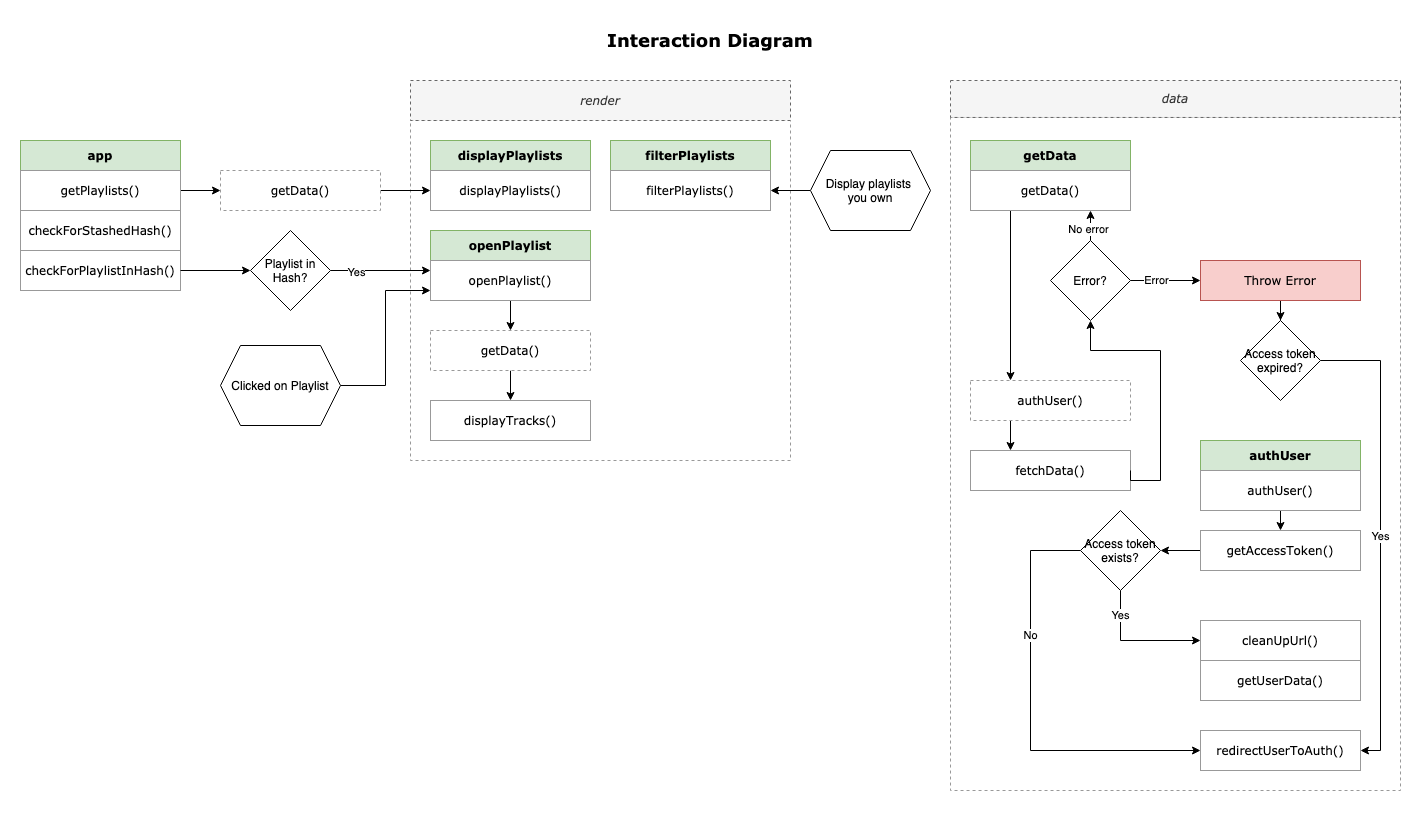
Earlier version of the draw.io export docs/interactiondiagram.png (SjorsWijsman/web-app-from-scratch-2021). Source tidied: cells renumbered, new cells last; positions are measured from the earlier drawing's top-left corner, leaving out a move shared by most shapes. Its diagram source:
```xml
<mxGraphModel>
  <root>
    <mxCell id="0" />
    <mxCell id="1" parent="0" />
    <mxCell id="2" style="rounded=0;whiteSpace=wrap;html=1;strokeColor=none;" parent="1" vertex="1">
      <mxGeometry width="1420" height="810" as="geometry" />
    </mxCell>
    <mxCell id="3" value="Interaction Diagram" style="text;html=1;strokeColor=none;fillColor=none;align=center;verticalAlign=middle;whiteSpace=wrap;rounded=0;fontSize=18;fontFamily=Verdana;fontStyle=1;" parent="1" vertex="1">
      <mxGeometry x="600" y="30" width="220" height="20" as="geometry" />
    </mxCell>
    <mxCell id="4" style="rounded=0;whiteSpace=wrap;html=1;fontFamily=Verdana;dashed=1;strokeColor=#999999;" parent="1" vertex="1">
      <mxGeometry x="410" y="120" width="380" height="340" as="geometry" />
    </mxCell>
    <mxCell id="5" style="group;" parent="1" vertex="1">
      <mxGeometry x="950" y="70" width="450" height="760" as="geometry" />
    </mxCell>
    <mxCell id="6" style="rounded=0;whiteSpace=wrap;html=1;fontFamily=Verdana;dashed=1;strokeColor=#999999;" parent="5" vertex="1">
      <mxGeometry y="47" width="450" height="673" as="geometry" />
    </mxCell>
    <mxCell id="7" value="data" style="rounded=0;whiteSpace=wrap;html=1;fontFamily=Verdana;dashed=1;fillColor=#f5f5f5;fontColor=#333333;strokeColor=#666666;fontStyle=2;" parent="5" vertex="1">
      <mxGeometry y="10" width="450" height="37" as="geometry" />
    </mxCell>
    <mxCell id="8" style="edgeStyle=orthogonalEdgeStyle;rounded=0;jettySize=auto;html=1;exitX=0;exitY=0.5;exitDx=0;exitDy=0;entryX=1;entryY=0.5;entryDx=0;entryDy=0;" parent="5" edge="1" source="9" target="17">
      <mxGeometry relative="1" as="geometry" />
    </mxCell>
    <mxCell id="9" value="getAccessToken()" style="rounded=0;whiteSpace=wrap;html=1;fontFamily=Verdana;fontStyle=0;strokeColor=#999999;" parent="5" vertex="1">
      <mxGeometry x="250" y="460" width="160" height="40" as="geometry" />
    </mxCell>
    <mxCell id="10" value="cleanUpUrl()" style="rounded=0;whiteSpace=wrap;html=1;fontFamily=Verdana;fontStyle=0;strokeColor=#999999;" parent="5" vertex="1">
      <mxGeometry x="250" y="550" width="160" height="40" as="geometry" />
    </mxCell>
    <mxCell id="11" value="redirectUserToAuth()" style="rounded=0;whiteSpace=wrap;html=1;fontFamily=Verdana;fontStyle=0;strokeColor=#999999;" parent="5" vertex="1">
      <mxGeometry x="250" y="660" width="160" height="40" as="geometry" />
    </mxCell>
    <mxCell id="12" value="getUserData()" style="rounded=0;whiteSpace=wrap;html=1;fontFamily=Verdana;fontStyle=0;strokeColor=#999999;" parent="5" vertex="1">
      <mxGeometry x="250" y="590" width="160" height="40" as="geometry" />
    </mxCell>
    <mxCell id="13" style="edgeStyle=orthogonalEdgeStyle;rounded=0;jettySize=auto;html=1;exitX=0.5;exitY=1;exitDx=0;exitDy=0;entryX=0;entryY=0.5;entryDx=0;entryDy=0;" parent="5" edge="1" source="17" target="10">
      <mxGeometry relative="1" as="geometry" />
    </mxCell>
    <mxCell id="14" value="Yes" style="edgeLabel;html=1;align=center;verticalAlign=middle;" parent="13" vertex="1">
      <mxGeometry x="-0.63" y="-1" relative="1" as="geometry" />
    </mxCell>
    <mxCell id="15" style="edgeStyle=orthogonalEdgeStyle;rounded=0;jettySize=auto;html=1;entryX=0;entryY=0.5;entryDx=0;entryDy=0;" parent="5" edge="1" source="17" target="11">
      <mxGeometry relative="1" as="geometry">
        <Array as="points">
          <mxPoint x="80" y="480" />
          <mxPoint x="80" y="680" />
        </Array>
      </mxGeometry>
    </mxCell>
    <mxCell id="16" value="No" style="edgeLabel;html=1;align=center;verticalAlign=middle;" parent="15" vertex="1">
      <mxGeometry x="-0.36" y="-1" relative="1" as="geometry" />
    </mxCell>
    <mxCell id="17" value="Access token&lt;br&gt;exists?" style="rhombus;whiteSpace=wrap;html=1;" parent="5" vertex="1">
      <mxGeometry x="130" y="440" width="80" height="80" as="geometry" />
    </mxCell>
    <mxCell id="18" style="edgeStyle=orthogonalEdgeStyle;rounded=0;jettySize=auto;html=1;exitX=0.25;exitY=1;exitDx=0;exitDy=0;entryX=0.25;entryY=0;entryDx=0;entryDy=0;" parent="5" edge="1" source="19" target="20">
      <mxGeometry relative="1" as="geometry" />
    </mxCell>
    <mxCell id="19" value="authUser()" style="rounded=0;whiteSpace=wrap;html=1;fontFamily=Verdana;fontStyle=0;strokeColor=#999999;dashed=1;" parent="5" vertex="1">
      <mxGeometry x="20" y="310" width="160" height="40" as="geometry" />
    </mxCell>
    <mxCell id="20" value="fetchData()" style="rounded=0;whiteSpace=wrap;html=1;fontFamily=Verdana;fontStyle=0;strokeColor=#999999;" parent="5" vertex="1">
      <mxGeometry x="20" y="380" width="160" height="40" as="geometry" />
    </mxCell>
    <mxCell id="21" value="app" style="rounded=0;whiteSpace=wrap;html=1;fillColor=#d5e8d4;strokeColor=#82b366;fontFamily=Verdana;fontStyle=1;" parent="1" vertex="1">
      <mxGeometry x="20" y="140" width="160" height="30" as="geometry" />
    </mxCell>
    <mxCell id="22" style="edgeStyle=orthogonalEdgeStyle;rounded=0;jettySize=auto;html=1;exitX=1;exitY=0.5;exitDx=0;exitDy=0;entryX=0;entryY=0.5;entryDx=0;entryDy=0;" parent="1" edge="1" source="23" target="54">
      <mxGeometry relative="1" as="geometry" />
    </mxCell>
    <mxCell id="23" value="getPlaylists()" style="rounded=0;whiteSpace=wrap;html=1;fontFamily=Verdana;fontStyle=0;strokeColor=#999999;" parent="1" vertex="1">
      <mxGeometry x="20" y="170" width="160" height="40" as="geometry" />
    </mxCell>
    <mxCell id="24" value="checkForStashedHash()" style="rounded=0;whiteSpace=wrap;html=1;fontFamily=Verdana;fontStyle=0;strokeColor=#999999;" parent="1" vertex="1">
      <mxGeometry x="20" y="210" width="160" height="40" as="geometry" />
    </mxCell>
    <mxCell id="25" style="edgeStyle=orthogonalEdgeStyle;rounded=0;jettySize=auto;html=1;entryX=0;entryY=0.25;entryDx=0;entryDy=0;" parent="1" edge="1" source="55" target="50">
      <mxGeometry relative="1" as="geometry" />
    </mxCell>
    <mxCell id="26" value="Yes" style="edgeLabel;html=1;align=center;verticalAlign=middle;" parent="25" vertex="1">
      <mxGeometry x="-0.49" y="-1" relative="1" as="geometry" />
    </mxCell>
    <mxCell id="27" value="checkForPlaylistInHash()" style="rounded=0;whiteSpace=wrap;html=1;fontFamily=Verdana;fontStyle=0;strokeColor=#999999;" parent="1" vertex="1">
      <mxGeometry x="20" y="250" width="160" height="40" as="geometry" />
    </mxCell>
    <mxCell id="28" value="getData" style="rounded=0;whiteSpace=wrap;html=1;fillColor=#d5e8d4;strokeColor=#82b366;fontFamily=Verdana;fontStyle=1;" parent="1" vertex="1">
      <mxGeometry x="970" y="140" width="160" height="30" as="geometry" />
    </mxCell>
    <mxCell id="29" style="edgeStyle=orthogonalEdgeStyle;rounded=0;jettySize=auto;html=1;exitX=0.25;exitY=1;exitDx=0;exitDy=0;" parent="1" edge="1" source="30">
      <mxGeometry relative="1" as="geometry">
        <mxPoint x="1010" y="380" as="targetPoint" />
      </mxGeometry>
    </mxCell>
    <mxCell id="30" value="getData()" style="rounded=0;whiteSpace=wrap;html=1;fontFamily=Verdana;fontStyle=0;strokeColor=#999999;" parent="1" vertex="1">
      <mxGeometry x="970" y="170" width="160" height="40" as="geometry" />
    </mxCell>
    <mxCell id="31" style="edgeStyle=orthogonalEdgeStyle;rounded=0;jettySize=auto;html=1;exitX=1;exitY=0.5;exitDx=0;exitDy=0;entryX=0.5;entryY=1;entryDx=0;entryDy=0;" parent="1" edge="1" source="20" target="36">
      <mxGeometry relative="1" as="geometry">
        <Array as="points">
          <mxPoint x="1160" y="480" />
          <mxPoint x="1160" y="350" />
          <mxPoint x="1090" y="350" />
        </Array>
      </mxGeometry>
    </mxCell>
    <mxCell id="32" style="edgeStyle=orthogonalEdgeStyle;rounded=0;jettySize=auto;html=1;entryX=0.75;entryY=1;entryDx=0;entryDy=0;" parent="1" edge="1" source="36" target="30">
      <mxGeometry relative="1" as="geometry" />
    </mxCell>
    <mxCell id="33" value="No error" style="edgeLabel;html=1;align=center;verticalAlign=middle;" parent="32" vertex="1">
      <mxGeometry x="0.28" y="3" relative="1" as="geometry" />
    </mxCell>
    <mxCell id="34" style="edgeStyle=orthogonalEdgeStyle;rounded=0;jettySize=auto;html=1;" parent="1" edge="1" source="36">
      <mxGeometry relative="1" as="geometry">
        <mxPoint x="1200" y="280" as="targetPoint" />
      </mxGeometry>
    </mxCell>
    <mxCell id="35" value="Error" style="edgeLabel;html=1;align=center;verticalAlign=middle;" parent="34" vertex="1">
      <mxGeometry x="-0.26" y="1" relative="1" as="geometry" />
    </mxCell>
    <mxCell id="36" value="Error?" style="rhombus;whiteSpace=wrap;html=1;" parent="1" vertex="1">
      <mxGeometry x="1050" y="240" width="80" height="80" as="geometry" />
    </mxCell>
    <mxCell id="37" style="edgeStyle=orthogonalEdgeStyle;rounded=0;jettySize=auto;html=1;entryX=0.5;entryY=0;entryDx=0;entryDy=0;" parent="1" edge="1" source="38" target="40">
      <mxGeometry relative="1" as="geometry" />
    </mxCell>
    <mxCell id="38" value="Throw Error" style="rounded=0;whiteSpace=wrap;html=1;fontFamily=Verdana;fontStyle=0;strokeColor=#b85450;fillColor=#f8cecc;" parent="1" vertex="1">
      <mxGeometry x="1200" y="260" width="160" height="40" as="geometry" />
    </mxCell>
    <mxCell id="39" value="Yes" style="edgeStyle=orthogonalEdgeStyle;rounded=0;jettySize=auto;html=1;entryX=1;entryY=0.5;entryDx=0;entryDy=0;" parent="1" edge="1" source="40" target="11">
      <mxGeometry relative="1" as="geometry">
        <Array as="points">
          <mxPoint x="1380" y="360" />
          <mxPoint x="1380" y="750" />
        </Array>
      </mxGeometry>
    </mxCell>
    <mxCell id="40" value="Access token&lt;br&gt;expired?" style="rhombus;whiteSpace=wrap;html=1;" parent="1" vertex="1">
      <mxGeometry x="1240" y="320" width="80" height="80" as="geometry" />
    </mxCell>
    <mxCell id="41" value="authUser" style="rounded=0;whiteSpace=wrap;html=1;fillColor=#d5e8d4;strokeColor=#82b366;fontFamily=Verdana;fontStyle=1;" parent="1" vertex="1">
      <mxGeometry x="1200" y="440" width="160" height="30" as="geometry" />
    </mxCell>
    <mxCell id="42" style="edgeStyle=orthogonalEdgeStyle;rounded=0;jettySize=auto;html=1;exitX=0.5;exitY=1;exitDx=0;exitDy=0;" parent="1" edge="1" source="43">
      <mxGeometry relative="1" as="geometry">
        <mxPoint x="1280" y="530" as="targetPoint" />
      </mxGeometry>
    </mxCell>
    <mxCell id="43" value="authUser()" style="rounded=0;whiteSpace=wrap;html=1;fontFamily=Verdana;fontStyle=0;strokeColor=#999999;" parent="1" vertex="1">
      <mxGeometry x="1200" y="470" width="160" height="40" as="geometry" />
    </mxCell>
    <mxCell id="44" value="render" style="rounded=0;whiteSpace=wrap;html=1;fontFamily=Verdana;dashed=1;fillColor=#f5f5f5;fontColor=#333333;strokeColor=#666666;fontStyle=2;" parent="1" vertex="1">
      <mxGeometry x="410" y="80" width="380" height="40" as="geometry" />
    </mxCell>
    <mxCell id="45" value="displayPlaylists" style="rounded=0;whiteSpace=wrap;html=1;fillColor=#d5e8d4;strokeColor=#82b366;fontFamily=Verdana;fontStyle=1;" parent="1" vertex="1">
      <mxGeometry x="430" y="140" width="160" height="30" as="geometry" />
    </mxCell>
    <mxCell id="46" value="openPlaylist" style="rounded=0;whiteSpace=wrap;html=1;fillColor=#d5e8d4;strokeColor=#82b366;fontFamily=Verdana;fontStyle=1;" parent="1" vertex="1">
      <mxGeometry x="430" y="230" width="160" height="30" as="geometry" />
    </mxCell>
    <mxCell id="47" value="filterPlaylists" style="rounded=0;whiteSpace=wrap;html=1;fillColor=#d5e8d4;strokeColor=#82b366;fontFamily=Verdana;fontStyle=1;" parent="1" vertex="1">
      <mxGeometry x="610" y="140" width="160" height="30" as="geometry" />
    </mxCell>
    <mxCell id="48" value="filterPlaylists()" style="rounded=0;whiteSpace=wrap;html=1;fontFamily=Verdana;fontStyle=0;strokeColor=#999999;" parent="1" vertex="1">
      <mxGeometry x="610" y="170" width="160" height="40" as="geometry" />
    </mxCell>
    <mxCell id="49" style="edgeStyle=orthogonalEdgeStyle;rounded=0;jettySize=auto;html=1;exitX=0.5;exitY=1;exitDx=0;exitDy=0;entryX=0.5;entryY=0;entryDx=0;entryDy=0;" parent="1" edge="1" source="50" target="60">
      <mxGeometry relative="1" as="geometry" />
    </mxCell>
    <mxCell id="50" value="openPlaylist()" style="rounded=0;whiteSpace=wrap;html=1;fontFamily=Verdana;fontStyle=0;strokeColor=#999999;" parent="1" vertex="1">
      <mxGeometry x="430" y="260" width="160" height="40" as="geometry" />
    </mxCell>
    <mxCell id="51" value="displayTracks()" style="rounded=0;whiteSpace=wrap;html=1;fontFamily=Verdana;fontStyle=0;strokeColor=#999999;" parent="1" vertex="1">
      <mxGeometry x="430" y="400" width="160" height="40" as="geometry" />
    </mxCell>
    <mxCell id="52" value="displayPlaylists()" style="rounded=0;whiteSpace=wrap;html=1;fontFamily=Verdana;fontStyle=0;strokeColor=#999999;" parent="1" vertex="1">
      <mxGeometry x="430" y="170" width="160" height="40" as="geometry" />
    </mxCell>
    <mxCell id="53" style="edgeStyle=orthogonalEdgeStyle;rounded=0;jettySize=auto;html=1;exitX=1;exitY=0.5;exitDx=0;exitDy=0;entryX=0;entryY=0.5;entryDx=0;entryDy=0;" parent="1" edge="1" source="54" target="52">
      <mxGeometry relative="1" as="geometry" />
    </mxCell>
    <mxCell id="54" value="getData()" style="rounded=0;whiteSpace=wrap;html=1;fontFamily=Verdana;fontStyle=0;strokeColor=#999999;dashed=1;" parent="1" vertex="1">
      <mxGeometry x="220" y="170" width="160" height="40" as="geometry" />
    </mxCell>
    <mxCell id="55" value="Playlist in Hash?" style="rhombus;whiteSpace=wrap;html=1;" parent="1" vertex="1">
      <mxGeometry x="250" y="230" width="80" height="80" as="geometry" />
    </mxCell>
    <mxCell id="56" style="edgeStyle=orthogonalEdgeStyle;rounded=0;jettySize=auto;html=1;entryX=0;entryY=0.5;entryDx=0;entryDy=0;" parent="1" edge="1" source="27" target="55">
      <mxGeometry relative="1" as="geometry" />
    </mxCell>
    <mxCell id="57" style="edgeStyle=orthogonalEdgeStyle;rounded=0;jettySize=auto;html=1;entryX=0;entryY=0.75;entryDx=0;entryDy=0;" parent="1" edge="1" source="58" target="50">
      <mxGeometry relative="1" as="geometry" />
    </mxCell>
    <mxCell id="58" value="Clicked on Playlist" style="shape=hexagon;perimeter=hexagonPerimeter2;whiteSpace=wrap;html=1;fixedSize=1;" parent="1" vertex="1">
      <mxGeometry x="220" y="345" width="120" height="80" as="geometry" />
    </mxCell>
    <mxCell id="59" style="edgeStyle=orthogonalEdgeStyle;rounded=0;jettySize=auto;html=1;exitX=0.5;exitY=1;exitDx=0;exitDy=0;entryX=0.5;entryY=0;entryDx=0;entryDy=0;" parent="1" edge="1" source="60" target="51">
      <mxGeometry relative="1" as="geometry" />
    </mxCell>
    <mxCell id="60" value="getData()" style="rounded=0;whiteSpace=wrap;html=1;fontFamily=Verdana;fontStyle=0;strokeColor=#999999;dashed=1;" parent="1" vertex="1">
      <mxGeometry x="430" y="330" width="160" height="40" as="geometry" />
    </mxCell>
    <mxCell id="61" style="edgeStyle=orthogonalEdgeStyle;rounded=0;jettySize=auto;html=1;entryX=1;entryY=0.5;entryDx=0;entryDy=0;" parent="1" edge="1" source="62" target="48">
      <mxGeometry relative="1" as="geometry" />
    </mxCell>
    <mxCell id="62" value="Display playlists &lt;br&gt;you own" style="shape=hexagon;perimeter=hexagonPerimeter2;whiteSpace=wrap;html=1;fixedSize=1;" parent="1" vertex="1">
      <mxGeometry x="810" y="150" width="120" height="80" as="geometry" />
    </mxCell>
  </root>
</mxGraphModel>
```
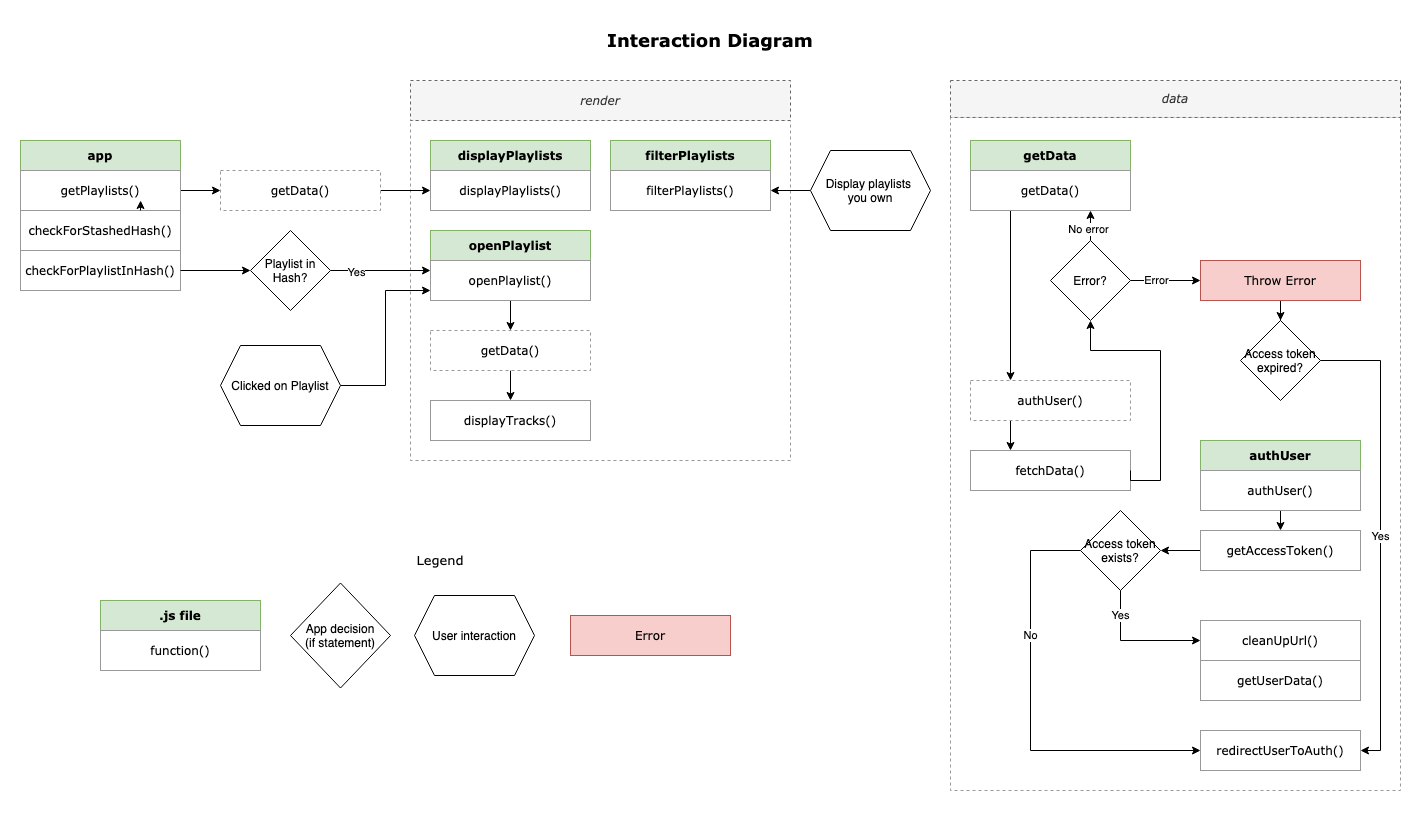
The same file after the commit.

Commit message:
Added legend to interaction diagram

What changed in the source:
```diff
@@ -207,5 +207,26 @@
     <mxCell id="62" value="Display playlists &lt;br&gt;you own" style="shape=hexagon;perimeter=hexagonPerimeter2;whiteSpace=wrap;html=1;fixedSize=1;" parent="1" vertex="1">
       <mxGeometry x="810" y="150" width="120" height="80" as="geometry" />
     </mxCell>
+    <mxCell id="63" value=".js file" style="rounded=0;whiteSpace=wrap;html=1;fillColor=#d5e8d4;strokeColor=#82b366;fontFamily=Verdana;fontStyle=1;" parent="1" vertex="1">
+      <mxGeometry x="100" y="600" width="160" height="30" as="geometry" />
+    </mxCell>
+    <mxCell id="64" style="edgeStyle=orthogonalEdgeStyle;rounded=0;orthogonalLoop=1;jettySize=auto;html=1;exitX=0.75;exitY=0;exitDx=0;exitDy=0;entryX=0.751;entryY=-0.25;entryDx=0;entryDy=0;entryPerimeter=0;" parent="1" edge="1" source="24" target="24">
+      <mxGeometry relative="1" as="geometry" />
+    </mxCell>
+    <mxCell id="65" value="function()" style="rounded=0;whiteSpace=wrap;html=1;fontFamily=Verdana;fontStyle=0;strokeColor=#999999;" parent="1" vertex="1">
+      <mxGeometry x="100" y="630" width="160" height="40" as="geometry" />
+    </mxCell>
+    <mxCell id="66" value="App decision&lt;br&gt;(if statement)" style="rhombus;whiteSpace=wrap;html=1;" parent="1" vertex="1">
+      <mxGeometry x="290" y="582.5" width="100" height="105" as="geometry" />
+    </mxCell>
+    <mxCell id="67" value="User interaction" style="shape=hexagon;perimeter=hexagonPerimeter2;whiteSpace=wrap;html=1;fixedSize=1;" parent="1" vertex="1">
+      <mxGeometry x="414" y="595" width="120" height="80" as="geometry" />
+    </mxCell>
+    <mxCell id="68" value="Error" style="rounded=0;whiteSpace=wrap;html=1;fontFamily=Verdana;fontStyle=0;strokeColor=#b85450;fillColor=#f8cecc;" parent="1" vertex="1">
+      <mxGeometry x="570" y="615" width="160" height="40" as="geometry" />
+    </mxCell>
+    <mxCell id="69" value="Legend" style="text;html=1;strokeColor=none;fillColor=none;align=center;verticalAlign=middle;whiteSpace=wrap;rounded=0;fontSize=13;fontFamily=Verdana;fontStyle=0;" parent="1" vertex="1">
+      <mxGeometry x="330" y="550" width="220" height="20" as="geometry" />
+    </mxCell>
   </root>
 </mxGraphModel>
```
